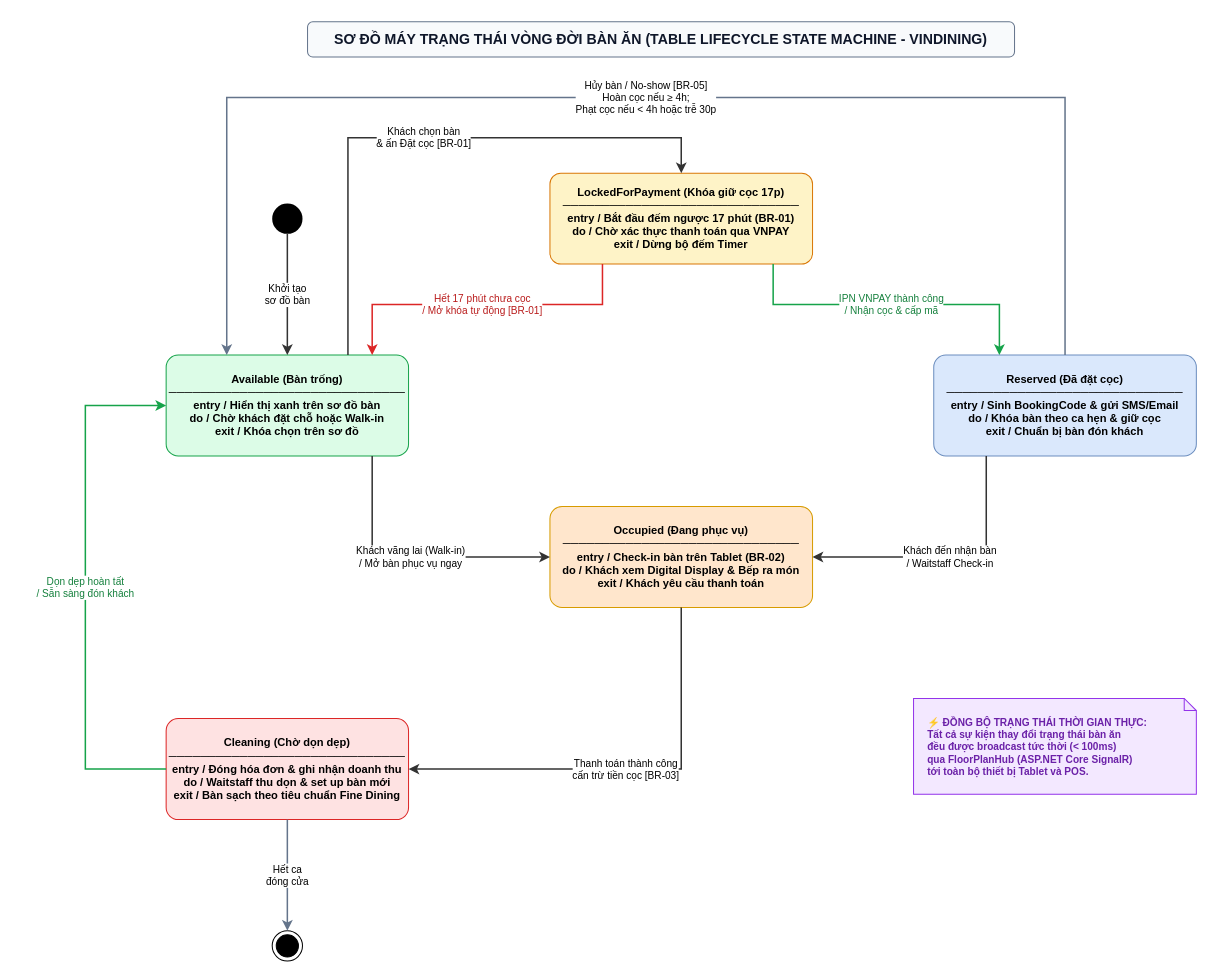
This is docs/phase1/drawio/state_table_lifecycle.drawio from AndrewQng/VinDining, a draw.io file, before an edit. Source tidied: cells renumbered, new cells numbered last; positions are measured from the earlier drawing's top-left corner, leaving out a move shared by most shapes. Both pictures are drawn from the tidied source at 101%, with x=0, y=0 at pixel (85, 21).
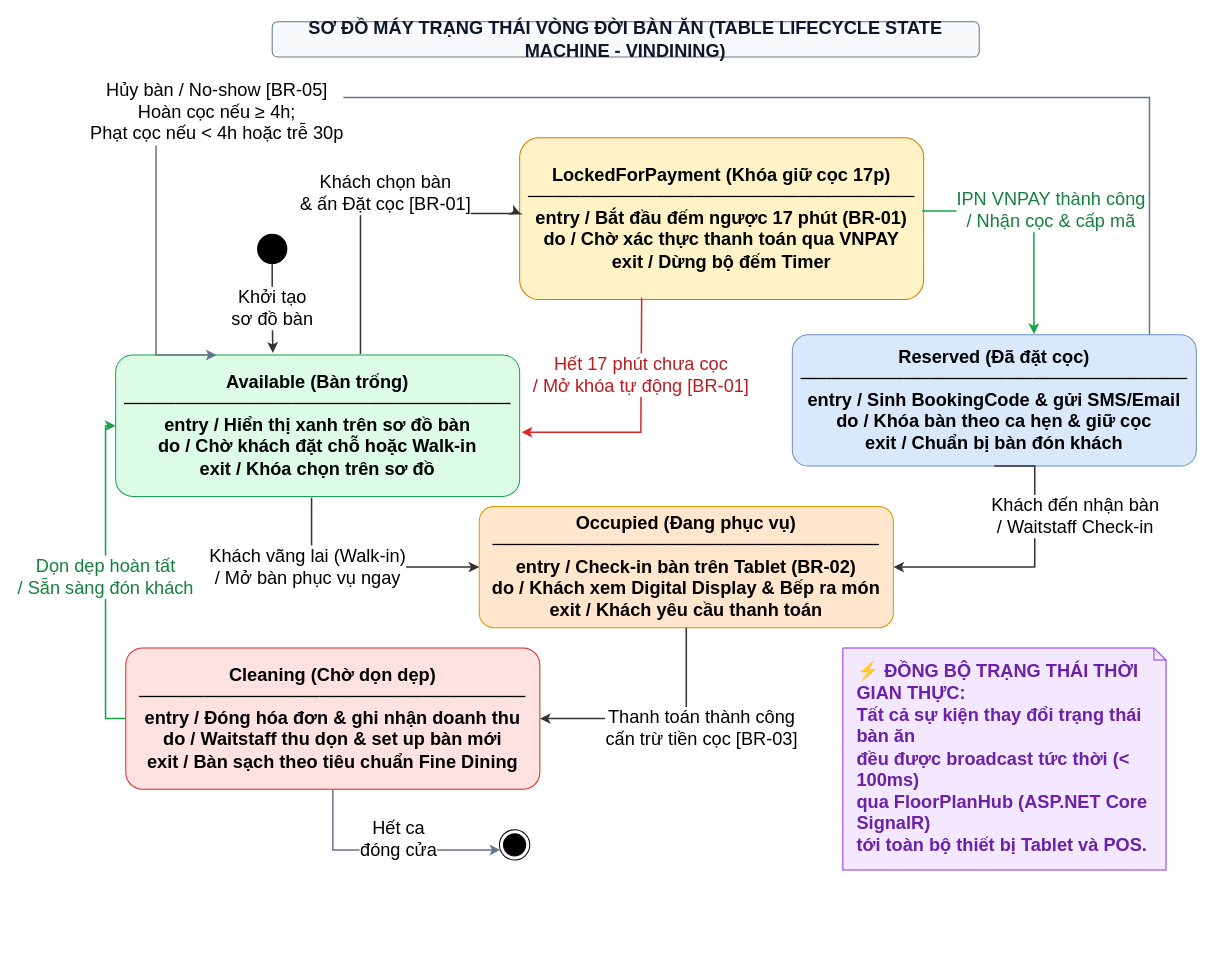
After the change.

The edit, as a diff of the source:
```diff
@@
-    <mxCell id="2" value="SƠ ĐỒ MÁY TRẠNG THÁI VÒNG ĐỜI BÀN ĂN (TABLE LIFECYCLE STATE MACHINE - VINDINING)" style="rounded=1;whiteSpace=wrap;html=1;fillColor=#f8fafc;strokeColor=#64748b;fontStyle=1;fontSize=14;fontColor=#0f172a;" parent="1" vertex="1">
-      <mxGeometry x="220" width="700" height="35" as="geometry" />
+    <mxCell id="2" value="SƠ ĐỒ MÁY TRẠNG THÁI VÒNG ĐỜI BÀN ĂN (TABLE LIFECYCLE STATE MACHINE - VINDINING)" style="rounded=1;whiteSpace=wrap;html=1;fillColor=#f8fafc;strokeColor=#64748b;fontStyle=1;fontSize=18;fontColor=#0f172a;" parent="1" vertex="1">
+      <mxGeometry x="185" width="700" height="35" as="geometry" />
     </mxCell>
-    <mxCell id="3" style="ellipse;whiteSpace=wrap;html=1;fillColor=#000000;strokeColor=none;" parent="1" vertex="1">
-      <mxGeometry x="185" y="180" width="30" height="30" as="geometry" />
+    <mxCell id="3" style="ellipse;whiteSpace=wrap;html=1;fillColor=#000000;strokeColor=none;fontSize=18;" parent="1" vertex="1">
+      <mxGeometry x="170" y="210" width="30" height="30" as="geometry" />
     </mxCell>
-    <mxCell id="4" value="Available (Bàn trống)&#10;──────────────────────────────&#10;entry / Hiển thị xanh trên sơ đồ bàn&#10;do / Chờ khách đặt chỗ hoặc Walk-in&#10;exit / Khóa chọn trên sơ đồ" style="rounded=1;arcSize=12;whiteSpace=wrap;html=1;fillColor=#dcfce7;strokeColor=#16a34a;fontStyle=1;fontSize=11;align=center;verticalAlign=middle;" parent="1" vertex="1">
-      <mxGeometry x="80" y="330" width="240" height="100" as="geometry" />
+    <mxCell id="4" value="Available (Bàn trống)&#10;──────────────────────────────&#10;entry / Hiển thị xanh trên sơ đồ bàn&#10;do / Chờ khách đặt chỗ hoặc Walk-in&#10;exit / Khóa chọn trên sơ đồ" style="rounded=1;arcSize=12;whiteSpace=wrap;html=1;fillColor=#dcfce7;strokeColor=#16a34a;fontStyle=1;fontSize=18;align=center;verticalAlign=middle;" parent="1" vertex="1">
+      <mxGeometry x="30" y="330" width="400" height="140" as="geometry" />
     </mxCell>
-    <mxCell id="5" value="LockedForPayment (Khóa giữ cọc 17p)&#10;──────────────────────────────&#10;entry / Bắt đầu đếm ngược 17 phút (BR-01)&#10;do / Chờ xác thực thanh toán qua VNPAY&#10;exit / Dừng bộ đếm Timer" style="rounded=1;arcSize=12;whiteSpace=wrap;html=1;fillColor=#fef3c7;strokeColor=#d97706;fontStyle=1;fontSize=11;align=center;verticalAlign=middle;" parent="1" vertex="1">
-      <mxGeometry x="460" y="150" width="260" height="90" as="geometry" />
+    <mxCell id="5" value="LockedForPayment (Khóa giữ cọc 17p)&#10;──────────────────────────────&#10;entry / Bắt đầu đếm ngược 17 phút (BR-01)&#10;do / Chờ xác thực thanh toán qua VNPAY&#10;exit / Dừng bộ đếm Timer" style="rounded=1;arcSize=12;whiteSpace=wrap;html=1;fillColor=#fef3c7;strokeColor=#d97706;fontStyle=1;fontSize=18;align=center;verticalAlign=middle;" parent="1" vertex="1">
+      <mxGeometry x="430" y="115" width="400" height="160" as="geometry" />
     </mxCell>
-    <mxCell id="6" value="Reserved (Đã đặt cọc)&#10;──────────────────────────────&#10;entry / Sinh BookingCode &amp; gửi SMS/Email&#10;do / Khóa bàn theo ca hẹn &amp; giữ cọc&#10;exit / Chuẩn bị bàn đón khách" style="rounded=1;arcSize=12;whiteSpace=wrap;html=1;fillColor=#dae8fc;strokeColor=#6c8ebf;fontStyle=1;fontSize=11;align=center;verticalAlign=middle;" parent="1" vertex="1">
-      <mxGeometry x="840" y="330" width="260" height="100" as="geometry" />
+    <mxCell id="6" value="Reserved (Đã đặt cọc)&#10;──────────────────────────────&#10;entry / Sinh BookingCode &amp;amp; gửi SMS/Email&#10;do / Khóa bàn theo ca hẹn &amp;amp; giữ cọc&#10;exit / Chuẩn bị bàn đón khách" style="rounded=1;arcSize=12;whiteSpace=wrap;html=1;fillColor=#dae8fc;strokeColor=#6c8ebf;fontStyle=1;fontSize=18;align=center;verticalAlign=middle;" parent="1" vertex="1">
+      <mxGeometry x="700" y="310" width="400" height="130" as="geometry" />
     </mxCell>
-    <mxCell id="7" value="Occupied (Đang phục vụ)&#10;──────────────────────────────&#10;entry / Check-in bàn trên Tablet (BR-02)&#10;do / Khách xem Digital Display &amp; Bếp ra món&#10;exit / Khách yêu cầu thanh toán" style="rounded=1;arcSize=12;whiteSpace=wrap;html=1;fillColor=#ffe6cc;strokeColor=#d79b00;fontStyle=1;fontSize=11;align=center;verticalAlign=middle;" parent="1" vertex="1">
-      <mxGeometry x="460" y="480" width="260" height="100" as="geometry" />
+    <mxCell id="7" value="Occupied (Đang phục vụ)&#10;──────────────────────────────&#10;entry / Check-in bàn trên Tablet (BR-02)&#10;do / Khách xem Digital Display &amp;amp; Bếp ra món&#10;exit / Khách yêu cầu thanh toán" style="rounded=1;arcSize=12;whiteSpace=wrap;html=1;fillColor=#ffe6cc;strokeColor=#d79b00;fontStyle=1;fontSize=18;align=center;verticalAlign=middle;" parent="1" vertex="1">
+      <mxGeometry x="390" y="480" width="410" height="120" as="geometry" />
     </mxCell>
-    <mxCell id="8" value="Cleaning (Chờ dọn dẹp)&#10;──────────────────────────────&#10;entry / Đóng hóa đơn &amp; ghi nhận doanh thu&#10;do / Waitstaff thu dọn &amp; set up bàn mới&#10;exit / Bàn sạch theo tiêu chuẩn Fine Dining" style="rounded=1;arcSize=12;whiteSpace=wrap;html=1;fillColor=#fee2e2;strokeColor=#dc2626;fontStyle=1;fontSize=11;align=center;verticalAlign=middle;" parent="1" vertex="1">
-      <mxGeometry x="80" y="690" width="240" height="100" as="geometry" />
+    <mxCell id="8" value="Cleaning (Chờ dọn dẹp)&#10;──────────────────────────────&#10;entry / Đóng hóa đơn &amp;amp; ghi nhận doanh thu&#10;do / Waitstaff thu dọn &amp;amp; set up bàn mới&#10;exit / Bàn sạch theo tiêu chuẩn Fine Dining" style="rounded=1;arcSize=12;whiteSpace=wrap;html=1;fillColor=#fee2e2;strokeColor=#dc2626;fontStyle=1;fontSize=18;align=center;verticalAlign=middle;" parent="1" vertex="1">
+      <mxGeometry x="40" y="620" width="410" height="140" as="geometry" />
     </mxCell>
-    <mxCell id="9" style="ellipse;html=1;shape=endState;fillColor=#000000;strokeColor=#000000;" parent="1" vertex="1">
-      <mxGeometry x="185" y="900" width="30" height="30" as="geometry" />
+    <mxCell id="9" style="ellipse;html=1;shape=endState;fillColor=#000000;strokeColor=#000000;fontSize=18;" parent="1" vertex="1">
+      <mxGeometry x="410" y="800" width="30" height="30" as="geometry" />
     </mxCell>
-    <mxCell id="10" value="Khởi tạo&#10;sơ đồ bàn" style="edgeStyle=orthogonalEdgeStyle;rounded=0;strokeColor=#333333;strokeWidth=1.5;html=1;fontSize=10;labelBackgroundColor=#ffffff;" parent="1" edge="1" source="3" target="4">
+    <mxCell id="10" value="Khởi tạo&#10;sơ đồ bàn" style="edgeStyle=orthogonalEdgeStyle;rounded=0;strokeColor=#333333;strokeWidth=1.5;html=1;fontSize=18;labelBackgroundColor=#ffffff;entryX=0.389;entryY=-0.015;entryDx=0;entryDy=0;entryPerimeter=0;" parent="1" edge="1" source="3" target="4">
       <mxGeometry relative="1" as="geometry" />
     </mxCell>
-    <mxCell id="11" value="Khách chọn bàn&#10;&amp; ấn Đặt cọc [BR-01]" style="edgeStyle=orthogonalEdgeStyle;rounded=0;strokeColor=#333333;strokeWidth=1.5;html=1;fontSize=10;labelBackgroundColor=#ffffff;exitX=0.75;exitY=0;entryX=0.5;entryY=0;" parent="1" edge="1" source="4" target="5">
-      <mxGeometry relative="1" as="geometry">
+    <mxCell id="11" value="Khách chọn bàn&#10;&amp;amp; ấn Đặt cọc [BR-01]" style="edgeStyle=orthogonalEdgeStyle;rounded=0;strokeColor=#333333;strokeWidth=1.5;html=1;fontSize=18;labelBackgroundColor=#ffffff;exitX=0.606;exitY=-0.007;entryX=0.003;entryY=0.472;exitDx=0;exitDy=0;exitPerimeter=0;entryDx=0;entryDy=0;entryPerimeter=0;" parent="1" edge="1" source="4" target="5">
+      <mxGeometry x="0.1" y="20" relative="1" as="geometry">
         <Array as="points">
-          <mxPoint x="260" y="115" />
-          <mxPoint x="590" y="115" />
+          <mxPoint x="272.4" y="190" />
+          <mxPoint x="430" y="190" />
         </Array>
       </mxGeometry>
     </mxCell>
-    <mxCell id="12" value="Hết 17 phút chưa cọc&#10;/ Mở khóa tự động [BR-01]" style="edgeStyle=orthogonalEdgeStyle;rounded=0;strokeColor=#dc2626;strokeWidth=1.5;html=1;fontSize=10;labelBackgroundColor=#ffffff;fontColor=#b91c1c;exitX=0.2;exitY=1;entryX=0.85;entryY=0;" parent="1" edge="1" source="5" target="4">
-      <mxGeometry relative="1" as="geometry">
+    <mxCell id="12" value="Hết 17 phút chưa cọc&#10;/ Mở khóa tự động [BR-01]" style="edgeStyle=orthogonalEdgeStyle;rounded=0;strokeColor=#dc2626;strokeWidth=1.5;html=1;fontSize=18;labelBackgroundColor=#ffffff;fontColor=#b91c1c;exitX=0.302;exitY=0.99;entryX=1.005;entryY=0.546;entryDx=0;entryDy=0;entryPerimeter=0;exitDx=0;exitDy=0;exitPerimeter=0;" parent="1" edge="1" source="5" target="4">
+      <mxGeometry x="-0.39" relative="1" as="geometry">
         <Array as="points">
-          <mxPoint x="512" y="280" />
-          <mxPoint x="284" y="280" />
+          <mxPoint x="550.8" y="275" />
+          <mxPoint x="550" y="275" />
+          <mxPoint x="550" y="406.4" />
         </Array>
       </mxGeometry>
     </mxCell>
-    <mxCell id="13" value="IPN VNPAY thành công&#10;/ Nhận cọc &amp; cấp mã" style="edgeStyle=orthogonalEdgeStyle;rounded=0;strokeColor=#16a34a;strokeWidth=1.5;html=1;fontSize=10;labelBackgroundColor=#ffffff;fontColor=#15803d;exitX=0.85;exitY=1;entryX=0.25;entryY=0;" parent="1" edge="1" source="5" target="6">
-      <mxGeometry relative="1" as="geometry">
+    <mxCell id="13" value="IPN VNPAY thành công&#10;/ Nhận cọc &amp;amp; cấp mã" style="edgeStyle=orthogonalEdgeStyle;rounded=0;strokeColor=#16a34a;strokeWidth=1.5;html=1;fontSize=18;labelBackgroundColor=#ffffff;fontColor=#15803d;exitX=0.996;exitY=0.452;exitDx=0;exitDy=0;exitPerimeter=0;entryX=0.598;entryY=-0.005;entryDx=0;entryDy=0;entryPerimeter=0;" parent="1" edge="1" source="5" target="6">
+      <mxGeometry x="-0.13" y="-27" relative="1" as="geometry">
         <Array as="points">
-          <mxPoint x="681" y="280" />
-          <mxPoint x="905" y="280" />
+          <mxPoint x="940" y="187.3" />
+          <mxPoint x="940" y="309.4" />
         </Array>
+        <mxPoint x="27" y="-27" as="offset" />
       </mxGeometry>
     </mxCell>
-    <mxCell id="14" value="Hủy bàn / No-show [BR-05]&#10;Hoàn cọc nếu ≥ 4h;&#10;Phạt cọc nếu &lt; 4h hoặc trễ 30p" style="edgeStyle=orthogonalEdgeStyle;rounded=0;strokeColor=#64748b;strokeWidth=1.5;html=1;fontSize=10;labelBackgroundColor=#ffffff;exitX=0.5;exitY=0;entryX=0.25;entryY=0;" parent="1" edge="1" source="6" target="4">
-      <mxGeometry relative="1" as="geometry">
+    <mxCell id="14" value="Hủy bàn / No-show [BR-05]&#10;Hoàn cọc nếu ≥ 4h;&#10;Phạt cọc nếu &amp;lt; 4h hoặc trễ 30p" style="edgeStyle=orthogonalEdgeStyle;rounded=0;strokeColor=#64748b;strokeWidth=1.5;html=1;fontSize=18;labelBackgroundColor=#ffffff;exitX=0.884;exitY=-0.003;entryX=0.25;entryY=0;exitDx=0;exitDy=0;exitPerimeter=0;" parent="1" edge="1" source="6" target="4">
+      <mxGeometry x="0.51" y="15" relative="1" as="geometry">
         <Array as="points">
-          <mxPoint x="970" y="75" />
-          <mxPoint x="140" y="75" />
+          <mxPoint x="1053.6" y="75" />
+          <mxPoint x="70" y="75" />
+          <mxPoint x="70" y="330" />
         </Array>
       </mxGeometry>
     </mxCell>
-    <mxCell id="15" value="Khách đến nhận bàn&#10;/ Waitstaff Check-in" style="edgeStyle=orthogonalEdgeStyle;rounded=0;strokeColor=#333333;strokeWidth=1.5;html=1;fontSize=10;labelBackgroundColor=#ffffff;exitX=0.2;exitY=1;entryX=1;entryY=0.5;" parent="1" edge="1" source="6" target="7">
-      <mxGeometry relative="1" as="geometry">
+    <mxCell id="15" value="Khách đến nhận bàn&#10;/ Waitstaff Check-in" style="edgeStyle=orthogonalEdgeStyle;rounded=0;strokeColor=#333333;strokeWidth=1.5;html=1;fontSize=18;labelBackgroundColor=#ffffff;exitX=0.5;exitY=1;entryX=1;entryY=0.5;exitDx=0;exitDy=0;" parent="1" edge="1" source="6" target="7">
+      <mxGeometry x="-0.36" y="40" relative="1" as="geometry">
         <Array as="points">
-          <mxPoint x="892" y="530" />
+          <mxPoint x="940" y="540" />
         </Array>
       </mxGeometry>
     </mxCell>
-    <mxCell id="16" value="Khách vãng lai (Walk-in)&#10;/ Mở bàn phục vụ ngay" style="edgeStyle=orthogonalEdgeStyle;rounded=0;strokeColor=#333333;strokeWidth=1.5;html=1;fontSize=10;labelBackgroundColor=#ffffff;exitX=0.85;exitY=1;entryX=0;entryY=0.5;" parent="1" edge="1" source="4" target="7">
-      <mxGeometry relative="1" as="geometry">
+    <mxCell id="16" value="Khách vãng lai (Walk-in)&#10;/ Mở bàn phục vụ ngay" style="edgeStyle=orthogonalEdgeStyle;rounded=0;strokeColor=#333333;strokeWidth=1.5;html=1;fontSize=18;labelBackgroundColor=#ffffff;exitX=0.485;exitY=1.009;entryX=0;entryY=0.5;exitDx=0;exitDy=0;exitPerimeter=0;" parent="1" edge="1" source="4" target="7">
+      <mxGeometry x="-0.41" y="-4" relative="1" as="geometry">
         <Array as="points">
-          <mxPoint x="284" y="530" />
+          <mxPoint x="224" y="540" />
         </Array>
+        <mxPoint x="-4" y="-4" as="offset" />
       </mxGeometry>
     </mxCell>
-    <mxCell id="17" value="Thanh toán thành công&#10;cấn trừ tiền cọc [BR-03]" style="edgeStyle=orthogonalEdgeStyle;rounded=0;strokeColor=#333333;strokeWidth=1.5;html=1;fontSize=10;labelBackgroundColor=#ffffff;exitX=0.5;exitY=1;entryX=1;entryY=0.5;" parent="1" edge="1" source="7" target="8">
-      <mxGeometry relative="1" as="geometry">
+    <mxCell id="17" value="Thanh toán thành công&#10;cấn trừ tiền cọc [BR-03]" style="edgeStyle=orthogonalEdgeStyle;rounded=0;strokeColor=#333333;strokeWidth=1.5;html=1;fontSize=18;labelBackgroundColor=#ffffff;exitX=0.5;exitY=1;entryX=1;entryY=0.5;" parent="1" edge="1" source="7" target="8">
+      <mxGeometry x="-0.23" y="18" relative="1" as="geometry">
         <Array as="points">
-          <mxPoint x="590" y="740" />
+          <mxPoint x="595" y="690" />
         </Array>
+        <mxPoint x="15" y="-8" as="offset" />
       </mxGeometry>
     </mxCell>
-    <mxCell id="18" value="Dọn dẹp hoàn tất&#10;/ Sẵn sàng đón khách" style="edgeStyle=orthogonalEdgeStyle;rounded=0;strokeColor=#16a34a;strokeWidth=1.5;html=1;fontSize=10;labelBackgroundColor=#ffffff;fontColor=#15803d;exitX=0;exitY=0.5;entryX=0;entryY=0.5;" parent="1" edge="1" source="8" target="4">
+    <mxCell id="18" value="Dọn dẹp hoàn tất&#10;/ Sẵn sàng đón khách" style="edgeStyle=orthogonalEdgeStyle;rounded=0;strokeColor=#16a34a;strokeWidth=1.5;html=1;fontSize=18;labelBackgroundColor=#ffffff;fontColor=#15803d;exitX=0;exitY=0.5;entryX=0;entryY=0.5;" parent="1" edge="1" source="8" target="4">
       <mxGeometry relative="1" as="geometry">
         <Array as="points">
-          <mxPoint y="740" />
-          <mxPoint y="380" />
+          <mxPoint x="20" y="690" />
+          <mxPoint x="20" y="400" />
         </Array>
       </mxGeometry>
     </mxCell>
-    <mxCell id="19" value="Hết ca&#10;đóng cửa" style="edgeStyle=orthogonalEdgeStyle;rounded=0;strokeColor=#64748b;strokeWidth=1.5;html=1;fontSize=10;labelBackgroundColor=#ffffff;" parent="1" edge="1" source="8" target="9">
-      <mxGeometry relative="1" as="geometry" />
+    <mxCell id="19" value="Hết ca&#10;đóng cửa" style="edgeStyle=orthogonalEdgeStyle;rounded=0;strokeColor=#64748b;strokeWidth=1.5;html=1;fontSize=18;labelBackgroundColor=#ffffff;" parent="1" edge="1" source="8" target="9">
+      <mxGeometry x="0.11" y="10" relative="1" as="geometry">
+        <Array as="points">
+          <mxPoint x="245" y="820" />
+        </Array>
+      </mxGeometry>
     </mxCell>
-    <mxCell id="20" value="⚡ ĐỒNG BỘ TRẠNG THÁI THỜI GIAN THỰC:&#10;Tất cả sự kiện thay đổi trạng thái bàn ăn&#10;đều được broadcast tức thời (&lt; 100ms)&#10;qua FloorPlanHub (ASP.NET Core SignalR)&#10;tới toàn bộ thiết bị Tablet và POS." style="shape=note;whiteSpace=wrap;html=1;fillColor=#f3e8ff;strokeColor=#9333ea;fontColor=#6b21a8;fontSize=10;fontStyle=1;size=12;align=left;spacingLeft=12;" parent="1" vertex="1">
-      <mxGeometry x="820" y="670" width="280" height="95" as="geometry" />
+    <mxCell id="20" value="⚡ ĐỒNG BỘ TRẠNG THÁI THỜI GIAN THỰC:&#10;Tất cả sự kiện thay đổi trạng thái bàn ăn&#10;đều được broadcast tức thời (&amp;lt; 100ms)&#10;qua FloorPlanHub (ASP.NET Core SignalR)&#10;tới toàn bộ thiết bị Tablet và POS." style="shape=note;whiteSpace=wrap;html=1;fillColor=#f3e8ff;strokeColor=#9333ea;fontColor=#6b21a8;fontSize=18;fontStyle=1;size=12;align=left;spacingLeft=12;" parent="1" vertex="1">
+      <mxGeometry x="750" y="620" width="320" height="220" as="geometry" />
     </mxCell>
```
